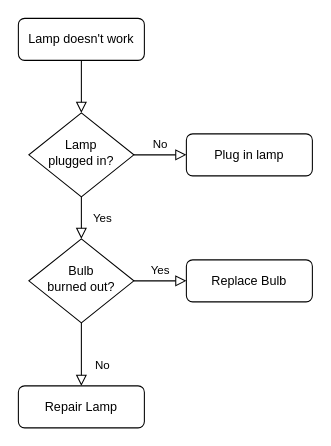
The draw.io diagram 제목 없는 다이어그램.drawio in sunhaleeRiley/swift-starter-Round2, before the edit. Source tidied: cells renumbered, new cells numbered last; positions are measured from the earlier drawing's top-left corner, leaving out a move shared by most shapes. Both pictures are drawn from the tidied source at 105%, with x=0, y=0 at pixel (18, 18).
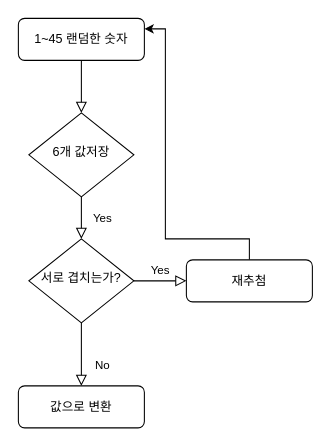
After the change.

Commit message:
제목 없는 다이어그램.drawio 업데이트

What changed in the source:
```diff
@@
 <mxGraphModel>
   <root>
     <mxCell id="0" />
     <mxCell id="1" parent="0" />
     <mxCell id="2" style="rounded=0;html=1;jettySize=auto;fontSize=11;endArrow=block;endFill=0;endSize=8;strokeWidth=1;shadow=0;labelBackgroundColor=none;edgeStyle=orthogonalEdgeStyle;" parent="1" edge="1" source="3" target="6">
       <mxGeometry relative="1" as="geometry" />
     </mxCell>
-    <mxCell id="3" value="Lamp doesn't work" style="rounded=1;whiteSpace=wrap;html=1;fontSize=12;glass=0;strokeWidth=1;shadow=0;" parent="1" vertex="1">
+    <mxCell id="3" value="1~45 랜덤한 숫자" style="rounded=1;whiteSpace=wrap;html=1;fontSize=12;glass=0;strokeWidth=1;shadow=0;" parent="1" vertex="1">
       <mxGeometry width="120" height="40" as="geometry" />
     </mxCell>
     <mxCell id="4" value="Yes" style="rounded=0;html=1;jettySize=auto;fontSize=11;endArrow=block;endFill=0;endSize=8;strokeWidth=1;shadow=0;labelBackgroundColor=none;edgeStyle=orthogonalEdgeStyle;" parent="1" edge="1" source="6" target="10">
       <mxGeometry y="20" relative="1" as="geometry" />
     </mxCell>
-    <mxCell id="5" value="No" style="edgeStyle=orthogonalEdgeStyle;rounded=0;html=1;jettySize=auto;fontSize=11;endArrow=block;endFill=0;endSize=8;strokeWidth=1;shadow=0;labelBackgroundColor=none;" parent="1" edge="1" source="6" target="7">
-      <mxGeometry y="10" relative="1" as="geometry" />
-    </mxCell>
-    <mxCell id="6" value="Lamp&lt;br&gt;plugged in?" style="rhombus;whiteSpace=wrap;html=1;shadow=0;fontFamily=Helvetica;fontSize=12;align=center;strokeWidth=1;spacing=6;spacingTop=-4;" parent="1" vertex="1">
+    <mxCell id="6" value="6개 값저장" style="rhombus;whiteSpace=wrap;html=1;shadow=0;fontFamily=Helvetica;fontSize=12;align=center;strokeWidth=1;spacing=6;spacingTop=-4;" parent="1" vertex="1">
       <mxGeometry x="10" y="90" width="100" height="80" as="geometry" />
     </mxCell>
-    <mxCell id="7" value="Plug in lamp" style="rounded=1;whiteSpace=wrap;html=1;fontSize=12;glass=0;strokeWidth=1;shadow=0;" parent="1" vertex="1">
-      <mxGeometry x="160" y="110" width="120" height="40" as="geometry" />
-    </mxCell>
     <mxCell id="8" value="No" style="rounded=0;html=1;jettySize=auto;fontSize=11;endArrow=block;endFill=0;endSize=8;strokeWidth=1;shadow=0;labelBackgroundColor=none;edgeStyle=orthogonalEdgeStyle;" parent="1" edge="1" source="10" target="11">
       <mxGeometry x="0.33" y="20" relative="1" as="geometry" />
     </mxCell>
     <mxCell id="9" value="Yes" style="edgeStyle=orthogonalEdgeStyle;rounded=0;html=1;jettySize=auto;fontSize=11;endArrow=block;endFill=0;endSize=8;strokeWidth=1;shadow=0;labelBackgroundColor=none;" parent="1" edge="1" source="10" target="12">
       <mxGeometry y="10" relative="1" as="geometry" />
     </mxCell>
-    <mxCell id="10" value="Bulb&lt;br&gt;burned out?" style="rhombus;whiteSpace=wrap;html=1;shadow=0;fontFamily=Helvetica;fontSize=12;align=center;strokeWidth=1;spacing=6;spacingTop=-4;" parent="1" vertex="1">
+    <mxCell id="10" value="서로 겹치는가?" style="rhombus;whiteSpace=wrap;html=1;shadow=0;fontFamily=Helvetica;fontSize=12;align=center;strokeWidth=1;spacing=6;spacingTop=-4;" parent="1" vertex="1">
       <mxGeometry x="10" y="210" width="100" height="80" as="geometry" />
     </mxCell>
-    <mxCell id="11" value="Repair Lamp" style="rounded=1;whiteSpace=wrap;html=1;fontSize=12;glass=0;strokeWidth=1;shadow=0;" parent="1" vertex="1">
+    <mxCell id="11" value="값으로 변환" style="rounded=1;whiteSpace=wrap;html=1;fontSize=12;glass=0;strokeWidth=1;shadow=0;" parent="1" vertex="1">
       <mxGeometry y="350" width="120" height="40" as="geometry" />
     </mxCell>
+    <mxCell id="13" style="edgeStyle=orthogonalEdgeStyle;rounded=0;jettySize=auto;html=1;entryX=1;entryY=0.25;entryDx=0;entryDy=0;" parent="1" edge="1" source="12" target="3">
+      <mxGeometry relative="1" as="geometry">
+        <Array as="points">
+          <mxPoint x="220" y="210" />
+          <mxPoint x="140" y="210" />
+          <mxPoint x="140" y="10" />
+        </Array>
+      </mxGeometry>
+    </mxCell>
-    <mxCell id="12" value="Replace Bulb" style="rounded=1;whiteSpace=wrap;html=1;fontSize=12;glass=0;strokeWidth=1;shadow=0;" parent="1" vertex="1">
+    <mxCell id="12" value="재추첨" style="rounded=1;whiteSpace=wrap;html=1;fontSize=12;glass=0;strokeWidth=1;shadow=0;" parent="1" vertex="1">
       <mxGeometry x="160" y="230" width="120" height="40" as="geometry" />
     </mxCell>
   </root>
 </mxGraphModel>
```
